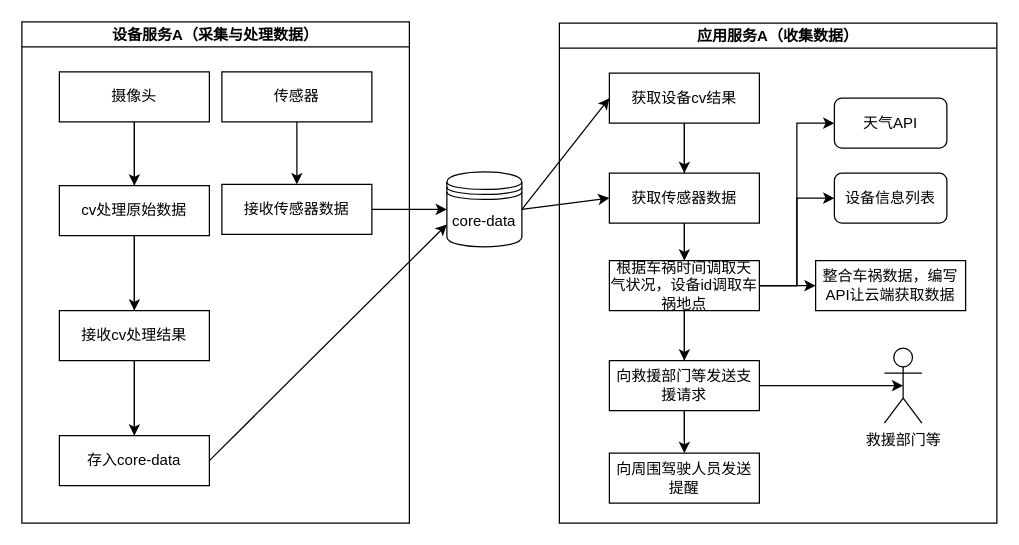
Before: Instructions.drawio in Windy810/qilibali-, a draw.io diagram. Source tidied: cells renumbered, new cells numbered last; positions are measured from the earlier drawing's top-left corner, leaving out a move shared by most shapes. Both pictures are drawn from the tidied source at 125%, with x=0, y=0 at pixel (21, 21).
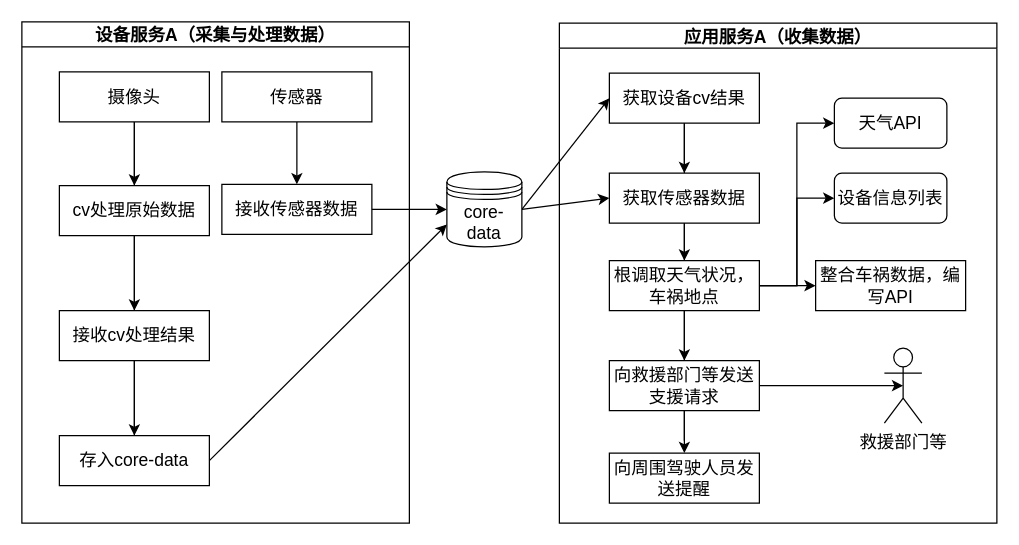
Above is the later version.

What changed in the source:
```diff
@@
-    <mxCell id="2" value="设备服务A（采集与处理数据）" style="swimlane;startSize=20;horizontal=1;containerType=tree;" parent="1" vertex="1">
+    <mxCell id="2" value="设备服务A（采集与处理数据）" style="swimlane;startSize=20;horizontal=1;containerType=tree;fontFamily=宋体;fontSize=14;" parent="1" vertex="1">
       <mxGeometry width="310" height="401" as="geometry" />
     </mxCell>
-    <mxCell id="3" style="edgeStyle=elbowEdgeStyle;elbow=vertical;startArrow=none;endArrow=none;rounded=0;" parent="2" edge="1" source="5" target="7">
+    <mxCell id="3" style="edgeStyle=elbowEdgeStyle;elbow=vertical;startArrow=none;endArrow=none;rounded=0;fontFamily=宋体;fontSize=14;" parent="2" edge="1" source="5" target="7">
       <mxGeometry relative="1" as="geometry" />
     </mxCell>
-    <mxCell id="4" style="edgeStyle=orthogonalEdgeStyle;rounded=0;jettySize=auto;html=1;exitX=0.5;exitY=1;exitDx=0;exitDy=0;entryX=0.5;entryY=0;entryDx=0;entryDy=0;" parent="2" edge="1" source="5" target="7">
+    <mxCell id="4" style="edgeStyle=orthogonalEdgeStyle;rounded=0;jettySize=auto;html=1;exitX=0.5;exitY=1;exitDx=0;exitDy=0;entryX=0.5;entryY=0;entryDx=0;entryDy=0;fontFamily=宋体;fontSize=14;" parent="2" edge="1" source="5" target="7">
       <mxGeometry relative="1" as="geometry" />
     </mxCell>
-    <mxCell id="5" value="摄像头" style="whiteSpace=wrap;html=1;newEdgeStyle={&quot;edgeStyle&quot;:&quot;elbowEdgeStyle&quot;,&quot;startArrow&quot;:&quot;none&quot;,&quot;endArrow&quot;:&quot;none&quot;};" parent="2" vertex="1">
+    <mxCell id="5" value="摄像头" style="whiteSpace=wrap;html=1;newEdgeStyle={&quot;edgeStyle&quot;:&quot;elbowEdgeStyle&quot;,&quot;startArrow&quot;:&quot;none&quot;,&quot;endArrow&quot;:&quot;none&quot;};fontFamily=宋体;fontSize=14;" parent="2" vertex="1">
       <mxGeometry x="30" y="40" width="120" height="40" as="geometry" />
     </mxCell>
-    <mxCell id="6" style="edgeStyle=orthogonalEdgeStyle;rounded=0;jettySize=auto;html=1;exitX=0.5;exitY=1;exitDx=0;exitDy=0;entryX=0.5;entryY=0;entryDx=0;entryDy=0;" parent="2" edge="1" source="7" target="10">
+    <mxCell id="6" style="edgeStyle=orthogonalEdgeStyle;rounded=0;jettySize=auto;html=1;exitX=0.5;exitY=1;exitDx=0;exitDy=0;entryX=0.5;entryY=0;entryDx=0;entryDy=0;fontFamily=宋体;fontSize=14;" parent="2" edge="1" source="7" target="10">
       <mxGeometry relative="1" as="geometry" />
     </mxCell>
-    <mxCell id="7" value="cv处理原始数据" style="whiteSpace=wrap;html=1;newEdgeStyle={&quot;edgeStyle&quot;:&quot;elbowEdgeStyle&quot;,&quot;startArrow&quot;:&quot;none&quot;,&quot;endArrow&quot;:&quot;none&quot;};" parent="2" vertex="1">
+    <mxCell id="7" value="cv处理原始数据" style="whiteSpace=wrap;html=1;newEdgeStyle={&quot;edgeStyle&quot;:&quot;elbowEdgeStyle&quot;,&quot;startArrow&quot;:&quot;none&quot;,&quot;endArrow&quot;:&quot;none&quot;};fontFamily=宋体;fontSize=14;" parent="2" vertex="1">
       <mxGeometry x="30" y="131" width="120" height="40" as="geometry" />
     </mxCell>
-    <mxCell id="8" style="edgeStyle=elbowEdgeStyle;elbow=vertical;startArrow=none;endArrow=none;rounded=0;" parent="2" edge="1" source="7" target="10">
+    <mxCell id="8" style="edgeStyle=elbowEdgeStyle;elbow=vertical;startArrow=none;endArrow=none;rounded=0;fontFamily=宋体;fontSize=14;" parent="2" edge="1" source="7" target="10">
       <mxGeometry relative="1" as="geometry" />
     </mxCell>
-    <mxCell id="9" style="edgeStyle=orthogonalEdgeStyle;rounded=0;jettySize=auto;html=1;exitX=0.5;exitY=1;exitDx=0;exitDy=0;" parent="2" edge="1" source="10" target="12">
+    <mxCell id="9" style="edgeStyle=orthogonalEdgeStyle;rounded=0;jettySize=auto;html=1;exitX=0.5;exitY=1;exitDx=0;exitDy=0;fontFamily=宋体;fontSize=14;" parent="2" edge="1" source="10" target="12">
       <mxGeometry relative="1" as="geometry" />
     </mxCell>
-    <mxCell id="10" value="接收cv处理结果" style="whiteSpace=wrap;html=1;newEdgeStyle={&quot;edgeStyle&quot;:&quot;elbowEdgeStyle&quot;,&quot;startArrow&quot;:&quot;none&quot;,&quot;endArrow&quot;:&quot;none&quot;};" parent="2" vertex="1">
+    <mxCell id="10" value="接收cv处理结果" style="whiteSpace=wrap;html=1;newEdgeStyle={&quot;edgeStyle&quot;:&quot;elbowEdgeStyle&quot;,&quot;startArrow&quot;:&quot;none&quot;,&quot;endArrow&quot;:&quot;none&quot;};fontFamily=宋体;fontSize=14;" parent="2" vertex="1">
       <mxGeometry x="30" y="231" width="120" height="40" as="geometry" />
     </mxCell>
-    <mxCell id="11" style="edgeStyle=elbowEdgeStyle;elbow=vertical;startArrow=none;endArrow=none;rounded=0;" parent="2" edge="1" source="10" target="12">
+    <mxCell id="11" style="edgeStyle=elbowEdgeStyle;elbow=vertical;startArrow=none;endArrow=none;rounded=0;fontFamily=宋体;fontSize=14;" parent="2" edge="1" source="10" target="12">
       <mxGeometry relative="1" as="geometry" />
     </mxCell>
-    <mxCell id="12" value="存入core-data" style="whiteSpace=wrap;html=1;newEdgeStyle={&quot;edgeStyle&quot;:&quot;elbowEdgeStyle&quot;,&quot;startArrow&quot;:&quot;none&quot;,&quot;endArrow&quot;:&quot;none&quot;};" parent="2" vertex="1">
+    <mxCell id="12" value="存入core-data" style="whiteSpace=wrap;html=1;newEdgeStyle={&quot;edgeStyle&quot;:&quot;elbowEdgeStyle&quot;,&quot;startArrow&quot;:&quot;none&quot;,&quot;endArrow&quot;:&quot;none&quot;};fontFamily=宋体;fontSize=14;" parent="2" vertex="1">
       <mxGeometry x="30" y="331" width="120" height="40" as="geometry" />
     </mxCell>
-    <mxCell id="13" style="edgeStyle=none;html=1;entryX=0.5;entryY=0;entryDx=0;entryDy=0;" parent="2" edge="1" source="14" target="15">
+    <mxCell id="13" style="edgeStyle=none;html=1;entryX=0.5;entryY=0;entryDx=0;entryDy=0;fontFamily=宋体;fontSize=14;" parent="2" edge="1" source="14" target="15">
       <mxGeometry relative="1" as="geometry" />
     </mxCell>
-    <mxCell id="14" value="传感器" style="whiteSpace=wrap;html=1;newEdgeStyle={&quot;edgeStyle&quot;:&quot;elbowEdgeStyle&quot;,&quot;startArrow&quot;:&quot;none&quot;,&quot;endArrow&quot;:&quot;none&quot;};" parent="2" vertex="1">
+    <mxCell id="14" value="传感器" style="whiteSpace=wrap;html=1;newEdgeStyle={&quot;edgeStyle&quot;:&quot;elbowEdgeStyle&quot;,&quot;startArrow&quot;:&quot;none&quot;,&quot;endArrow&quot;:&quot;none&quot;};fontFamily=宋体;fontSize=14;" parent="2" vertex="1">
       <mxGeometry x="160" y="40" width="120" height="40" as="geometry" />
     </mxCell>
-    <mxCell id="15" value="接收传感器数据" style="whiteSpace=wrap;html=1;newEdgeStyle={&quot;edgeStyle&quot;:&quot;elbowEdgeStyle&quot;,&quot;startArrow&quot;:&quot;none&quot;,&quot;endArrow&quot;:&quot;none&quot;};" parent="2" vertex="1">
+    <mxCell id="15" value="接收传感器数据" style="whiteSpace=wrap;html=1;newEdgeStyle={&quot;edgeStyle&quot;:&quot;elbowEdgeStyle&quot;,&quot;startArrow&quot;:&quot;none&quot;,&quot;endArrow&quot;:&quot;none&quot;};fontFamily=宋体;fontSize=14;" parent="2" vertex="1">
       <mxGeometry x="160" y="130" width="120" height="40" as="geometry" />
     </mxCell>
-    <mxCell id="16" style="edgeStyle=none;html=1;exitX=1;exitY=0.5;exitDx=0;exitDy=0;entryX=0;entryY=0.5;entryDx=0;entryDy=0;" parent="1" edge="1" source="18" target="21">
+    <mxCell id="16" style="edgeStyle=none;html=1;exitX=1;exitY=0.5;exitDx=0;exitDy=0;entryX=0;entryY=0.5;entryDx=0;entryDy=0;fontFamily=宋体;fontSize=14;" parent="1" edge="1" source="18" target="21">
       <mxGeometry relative="1" as="geometry" />
     </mxCell>
-    <mxCell id="17" style="edgeStyle=none;html=1;exitX=1;exitY=0.5;exitDx=0;exitDy=0;entryX=0;entryY=0.5;entryDx=0;entryDy=0;" parent="1" edge="1" source="18" target="23">
+    <mxCell id="17" style="edgeStyle=none;html=1;exitX=1;exitY=0.5;exitDx=0;exitDy=0;entryX=0;entryY=0.5;entryDx=0;entryDy=0;fontFamily=宋体;fontSize=14;" parent="1" edge="1" source="18" target="23">
       <mxGeometry relative="1" as="geometry" />
     </mxCell>
-    <mxCell id="18" value="core-data" style="shape=datastore;whiteSpace=wrap;html=1;" parent="1" vertex="1">
+    <mxCell id="18" value="core-data" style="shape=datastore;whiteSpace=wrap;html=1;fontFamily=宋体;fontSize=14;" parent="1" vertex="1">
       <mxGeometry x="340" y="120" width="60" height="60" as="geometry" />
     </mxCell>
-    <mxCell id="19" value="应用服务A（收集数据）" style="swimlane;startSize=20;horizontal=1;containerType=tree;" parent="1" vertex="1">
+    <mxCell id="19" value="应用服务A（收集数据）" style="swimlane;startSize=20;horizontal=1;containerType=tree;fontFamily=宋体;fontSize=14;" parent="1" vertex="1">
       <mxGeometry x="430" y="1" width="350" height="400" as="geometry" />
     </mxCell>
-    <mxCell id="20" style="edgeStyle=elbowEdgeStyle;elbow=vertical;startArrow=none;endArrow=none;rounded=0;" parent="19" edge="1" source="21" target="23">
+    <mxCell id="20" style="edgeStyle=elbowEdgeStyle;elbow=vertical;startArrow=none;endArrow=none;rounded=0;fontFamily=宋体;fontSize=14;" parent="19" edge="1" source="21" target="23">
       <mxGeometry relative="1" as="geometry" />
     </mxCell>
-    <mxCell id="21" value="获取设备cv结果" style="whiteSpace=wrap;html=1;newEdgeStyle={&quot;edgeStyle&quot;:&quot;elbowEdgeStyle&quot;,&quot;startArrow&quot;:&quot;none&quot;,&quot;endArrow&quot;:&quot;none&quot;};" parent="19" vertex="1">
+    <mxCell id="21" value="获取设备cv结果" style="whiteSpace=wrap;html=1;newEdgeStyle={&quot;edgeStyle&quot;:&quot;elbowEdgeStyle&quot;,&quot;startArrow&quot;:&quot;none&quot;,&quot;endArrow&quot;:&quot;none&quot;};fontFamily=宋体;fontSize=14;" parent="19" vertex="1">
       <mxGeometry x="40" y="40" width="120" height="40" as="geometry" />
     </mxCell>
-    <mxCell id="22" style="edgeStyle=orthogonalEdgeStyle;rounded=0;jettySize=auto;html=1;exitX=0.5;exitY=1;exitDx=0;exitDy=0;entryX=0.5;entryY=0;entryDx=0;entryDy=0;" parent="19" edge="1" source="23" target="29">
+    <mxCell id="22" style="edgeStyle=orthogonalEdgeStyle;rounded=0;jettySize=auto;html=1;exitX=0.5;exitY=1;exitDx=0;exitDy=0;entryX=0.5;entryY=0;entryDx=0;entryDy=0;fontFamily=宋体;fontSize=14;" parent="19" edge="1" source="23" target="29">
       <mxGeometry relative="1" as="geometry" />
     </mxCell>
-    <mxCell id="23" value="获取传感器数据" style="whiteSpace=wrap;html=1;newEdgeStyle={&quot;edgeStyle&quot;:&quot;elbowEdgeStyle&quot;,&quot;startArrow&quot;:&quot;none&quot;,&quot;endArrow&quot;:&quot;none&quot;};" parent="19" vertex="1">
+    <mxCell id="23" value="获取传感器数据" style="whiteSpace=wrap;html=1;newEdgeStyle={&quot;edgeStyle&quot;:&quot;elbowEdgeStyle&quot;,&quot;startArrow&quot;:&quot;none&quot;,&quot;endArrow&quot;:&quot;none&quot;};fontFamily=宋体;fontSize=14;" parent="19" vertex="1">
       <mxGeometry x="40" y="120" width="120" height="40" as="geometry" />
     </mxCell>
-    <mxCell id="24" style="edgeStyle=elbowEdgeStyle;elbow=vertical;startArrow=none;endArrow=none;rounded=0;" parent="19" edge="1" source="23" target="29">
+    <mxCell id="24" style="edgeStyle=elbowEdgeStyle;elbow=vertical;startArrow=none;endArrow=none;rounded=0;fontFamily=宋体;fontSize=14;" parent="19" edge="1" source="23" target="29">
       <mxGeometry relative="1" as="geometry" />
     </mxCell>
-    <mxCell id="25" style="edgeStyle=orthogonalEdgeStyle;rounded=0;jettySize=auto;html=1;exitX=1;exitY=0.5;exitDx=0;exitDy=0;entryX=0;entryY=0.5;entryDx=0;entryDy=0;" parent="19" edge="1" source="29" target="34">
+    <mxCell id="25" style="edgeStyle=orthogonalEdgeStyle;rounded=0;jettySize=auto;html=1;exitX=1;exitY=0.5;exitDx=0;exitDy=0;entryX=0;entryY=0.5;entryDx=0;entryDy=0;fontFamily=宋体;fontSize=14;" parent="19" edge="1" source="29" target="34">
       <mxGeometry relative="1" as="geometry" />
     </mxCell>
-    <mxCell id="26" style="edgeStyle=orthogonalEdgeStyle;rounded=0;jettySize=auto;html=1;exitX=1;exitY=0.5;exitDx=0;exitDy=0;entryX=0;entryY=0.5;entryDx=0;entryDy=0;" parent="19" edge="1" source="29" target="35">
+    <mxCell id="26" style="edgeStyle=orthogonalEdgeStyle;rounded=0;jettySize=auto;html=1;exitX=1;exitY=0.5;exitDx=0;exitDy=0;entryX=0;entryY=0.5;entryDx=0;entryDy=0;fontFamily=宋体;fontSize=14;" parent="19" edge="1" source="29" target="35">
       <mxGeometry relative="1" as="geometry" />
     </mxCell>
-    <mxCell id="27" style="edgeStyle=orthogonalEdgeStyle;rounded=0;jettySize=auto;html=1;exitX=0.5;exitY=1;exitDx=0;exitDy=0;entryX=0.5;entryY=0;entryDx=0;entryDy=0;" parent="19" edge="1" source="29" target="32">
+    <mxCell id="27" style="edgeStyle=orthogonalEdgeStyle;rounded=0;jettySize=auto;html=1;exitX=0.5;exitY=1;exitDx=0;exitDy=0;entryX=0.5;entryY=0;entryDx=0;entryDy=0;fontFamily=宋体;fontSize=14;" parent="19" edge="1" source="29" target="32">
       <mxGeometry relative="1" as="geometry" />
     </mxCell>
-    <mxCell id="28" style="edgeStyle=orthogonalEdgeStyle;rounded=0;jettySize=auto;html=1;exitX=1;exitY=0.5;exitDx=0;exitDy=0;entryX=0;entryY=0.5;entryDx=0;entryDy=0;" parent="19" edge="1" source="29" target="33">
+    <mxCell id="28" style="edgeStyle=orthogonalEdgeStyle;rounded=0;jettySize=auto;html=1;exitX=1;exitY=0.5;exitDx=0;exitDy=0;entryX=0;entryY=0.5;entryDx=0;entryDy=0;fontFamily=宋体;fontSize=14;" parent="19" edge="1" source="29" target="33">
       <mxGeometry relative="1" as="geometry" />
     </mxCell>
-    <mxCell id="29" value="根据车祸时间调取天气状况，设备id调取车祸地点" style="whiteSpace=wrap;html=1;newEdgeStyle={&quot;edgeStyle&quot;:&quot;elbowEdgeStyle&quot;,&quot;startArrow&quot;:&quot;none&quot;,&quot;endArrow&quot;:&quot;none&quot;};" parent="19" vertex="1">
+    <mxCell id="29" value="根调取天气状况，车祸地点" style="whiteSpace=wrap;html=1;newEdgeStyle={&quot;edgeStyle&quot;:&quot;elbowEdgeStyle&quot;,&quot;startArrow&quot;:&quot;none&quot;,&quot;endArrow&quot;:&quot;none&quot;};fontFamily=宋体;fontSize=14;" parent="19" vertex="1">
       <mxGeometry x="40" y="190" width="120" height="40" as="geometry" />
     </mxCell>
-    <mxCell id="30" style="edgeStyle=elbowEdgeStyle;elbow=vertical;startArrow=none;endArrow=none;rounded=0;" parent="19" edge="1" source="29" target="32">
+    <mxCell id="30" style="edgeStyle=elbowEdgeStyle;elbow=vertical;startArrow=none;endArrow=none;rounded=0;fontFamily=宋体;fontSize=14;" parent="19" edge="1" source="29" target="32">
       <mxGeometry relative="1" as="geometry" />
     </mxCell>
-    <mxCell id="31" style="edgeStyle=none;html=1;exitX=0;exitY=0.5;exitDx=0;exitDy=0;entryX=0.5;entryY=0.5;entryDx=0;entryDy=0;entryPerimeter=0;" parent="19" edge="1" source="32" target="36">
+    <mxCell id="31" style="edgeStyle=none;html=1;exitX=0;exitY=0.5;exitDx=0;exitDy=0;entryX=0.5;entryY=0.5;entryDx=0;entryDy=0;entryPerimeter=0;fontFamily=宋体;fontSize=14;" parent="19" edge="1" source="32" target="36">
       <mxGeometry relative="1" as="geometry" />
     </mxCell>
-    <mxCell id="32" value="向救援部门等发送支援请求" style="whiteSpace=wrap;html=1;newEdgeStyle={&quot;edgeStyle&quot;:&quot;elbowEdgeStyle&quot;,&quot;startArrow&quot;:&quot;none&quot;,&quot;endArrow&quot;:&quot;none&quot;};" parent="19" vertex="1">
+    <mxCell id="32" value="向救援部门等发送支援请求" style="whiteSpace=wrap;html=1;newEdgeStyle={&quot;edgeStyle&quot;:&quot;elbowEdgeStyle&quot;,&quot;startArrow&quot;:&quot;none&quot;,&quot;endArrow&quot;:&quot;none&quot;};fontFamily=宋体;fontSize=14;" parent="19" vertex="1">
       <mxGeometry x="40" y="270" width="120" height="40" as="geometry" />
     </mxCell>
-    <mxCell id="33" value="整合车祸数据，编写API让云端获取数据" style="whiteSpace=wrap;html=1;newEdgeStyle={&quot;edgeStyle&quot;:&quot;elbowEdgeStyle&quot;,&quot;startArrow&quot;:&quot;none&quot;,&quot;endArrow&quot;:&quot;none&quot;};" parent="19" vertex="1">
+    <mxCell id="33" value="整合车祸数据，编写API" style="whiteSpace=wrap;html=1;newEdgeStyle={&quot;edgeStyle&quot;:&quot;elbowEdgeStyle&quot;,&quot;startArrow&quot;:&quot;none&quot;,&quot;endArrow&quot;:&quot;none&quot;};fontFamily=宋体;fontSize=14;" parent="19" vertex="1">
       <mxGeometry x="205" y="190" width="120" height="40" as="geometry" />
     </mxCell>
-    <mxCell id="34" value="天气API" style="rounded=1;whiteSpace=wrap;html=1;" parent="19" vertex="1">
+    <mxCell id="34" value="天气API" style="rounded=1;whiteSpace=wrap;html=1;fontFamily=宋体;fontSize=14;" parent="19" vertex="1">
       <mxGeometry x="220" y="60" width="90" height="40" as="geometry" />
     </mxCell>
-    <mxCell id="35" value="设备信息列表" style="rounded=1;whiteSpace=wrap;html=1;" parent="19" vertex="1">
+    <mxCell id="35" value="设备信息列表" style="rounded=1;whiteSpace=wrap;html=1;fontFamily=宋体;fontSize=14;" parent="19" vertex="1">
       <mxGeometry x="220" y="120" width="90" height="40" as="geometry" />
     </mxCell>
-    <mxCell id="36" value="救援部门等" style="shape=umlActor;verticalLabelPosition=bottom;verticalAlign=top;html=1;outlineConnect=0;" parent="19" vertex="1">
+    <mxCell id="36" value="救援部门等" style="shape=umlActor;verticalLabelPosition=bottom;verticalAlign=top;html=1;outlineConnect=0;fontFamily=宋体;fontSize=14;" parent="19" vertex="1">
       <mxGeometry x="260" y="260" width="30" height="60" as="geometry" />
     </mxCell>
-    <mxCell id="37" style="edgeStyle=elbowEdgeStyle;elbow=vertical;startArrow=none;endArrow=none;rounded=0;" parent="19" edge="1" source="32">
+    <mxCell id="37" style="edgeStyle=elbowEdgeStyle;elbow=vertical;startArrow=none;endArrow=none;rounded=0;fontFamily=宋体;fontSize=14;" parent="19" edge="1" source="32">
       <mxGeometry relative="1" as="geometry">
         <mxPoint x="100" y="334" as="targetPoint" />
       </mxGeometry>
     </mxCell>
-    <mxCell id="38" value="向周围驾驶人员发送提醒" style="whiteSpace=wrap;html=1;newEdgeStyle={&quot;edgeStyle&quot;:&quot;elbowEdgeStyle&quot;,&quot;startArrow&quot;:&quot;none&quot;,&quot;endArrow&quot;:&quot;none&quot;};" parent="19" vertex="1" collapsed="1">
+    <mxCell id="38" value="向周围驾驶人员发送提醒" style="whiteSpace=wrap;html=1;newEdgeStyle={&quot;edgeStyle&quot;:&quot;elbowEdgeStyle&quot;,&quot;startArrow&quot;:&quot;none&quot;,&quot;endArrow&quot;:&quot;none&quot;};fontFamily=宋体;fontSize=14;" parent="19" vertex="1" collapsed="1">
       <mxGeometry x="40" y="344" width="120" height="40" as="geometry" />
     </mxCell>
-    <mxCell id="39" style="edgeStyle=orthogonalEdgeStyle;rounded=0;jettySize=auto;html=1;exitX=0.5;exitY=1;exitDx=0;exitDy=0;entryX=0.5;entryY=0;entryDx=0;entryDy=0;" parent="19" edge="1" source="32" target="38">
+    <mxCell id="39" style="edgeStyle=orthogonalEdgeStyle;rounded=0;jettySize=auto;html=1;exitX=0.5;exitY=1;exitDx=0;exitDy=0;entryX=0.5;entryY=0;entryDx=0;entryDy=0;fontFamily=宋体;fontSize=14;" parent="19" edge="1" source="32" target="38">
       <mxGeometry relative="1" as="geometry" />
     </mxCell>
-    <mxCell id="40" style="edgeStyle=none;html=1;exitX=1;exitY=0.5;exitDx=0;exitDy=0;" parent="1" edge="1" source="15" target="18">
+    <mxCell id="40" style="edgeStyle=none;html=1;exitX=1;exitY=0.5;exitDx=0;exitDy=0;fontFamily=宋体;fontSize=14;" parent="1" edge="1" source="15" target="18">
       <mxGeometry relative="1" as="geometry" />
     </mxCell>
-    <mxCell id="41" style="edgeStyle=none;html=1;exitX=1;exitY=0.5;exitDx=0;exitDy=0;entryX=0;entryY=0.7;entryDx=0;entryDy=0;" parent="1" edge="1" source="12" target="18">
+    <mxCell id="41" style="edgeStyle=none;html=1;exitX=1;exitY=0.5;exitDx=0;exitDy=0;entryX=0;entryY=0.7;entryDx=0;entryDy=0;fontFamily=宋体;fontSize=14;" parent="1" edge="1" source="12" target="18">
       <mxGeometry relative="1" as="geometry" />
     </mxCell>
-    <mxCell id="42" style="edgeStyle=orthogonalEdgeStyle;rounded=0;jettySize=auto;html=1;exitX=0.5;exitY=1;exitDx=0;exitDy=0;" parent="1" edge="1" source="21">
+    <mxCell id="42" style="edgeStyle=orthogonalEdgeStyle;rounded=0;jettySize=auto;html=1;exitX=0.5;exitY=1;exitDx=0;exitDy=0;fontFamily=宋体;fontSize=14;" parent="1" edge="1" source="21">
       <mxGeometry relative="1" as="geometry">
         <mxPoint x="530" y="121" as="targetPoint" />
       </mxGeometry>
     </mxCell>
```
